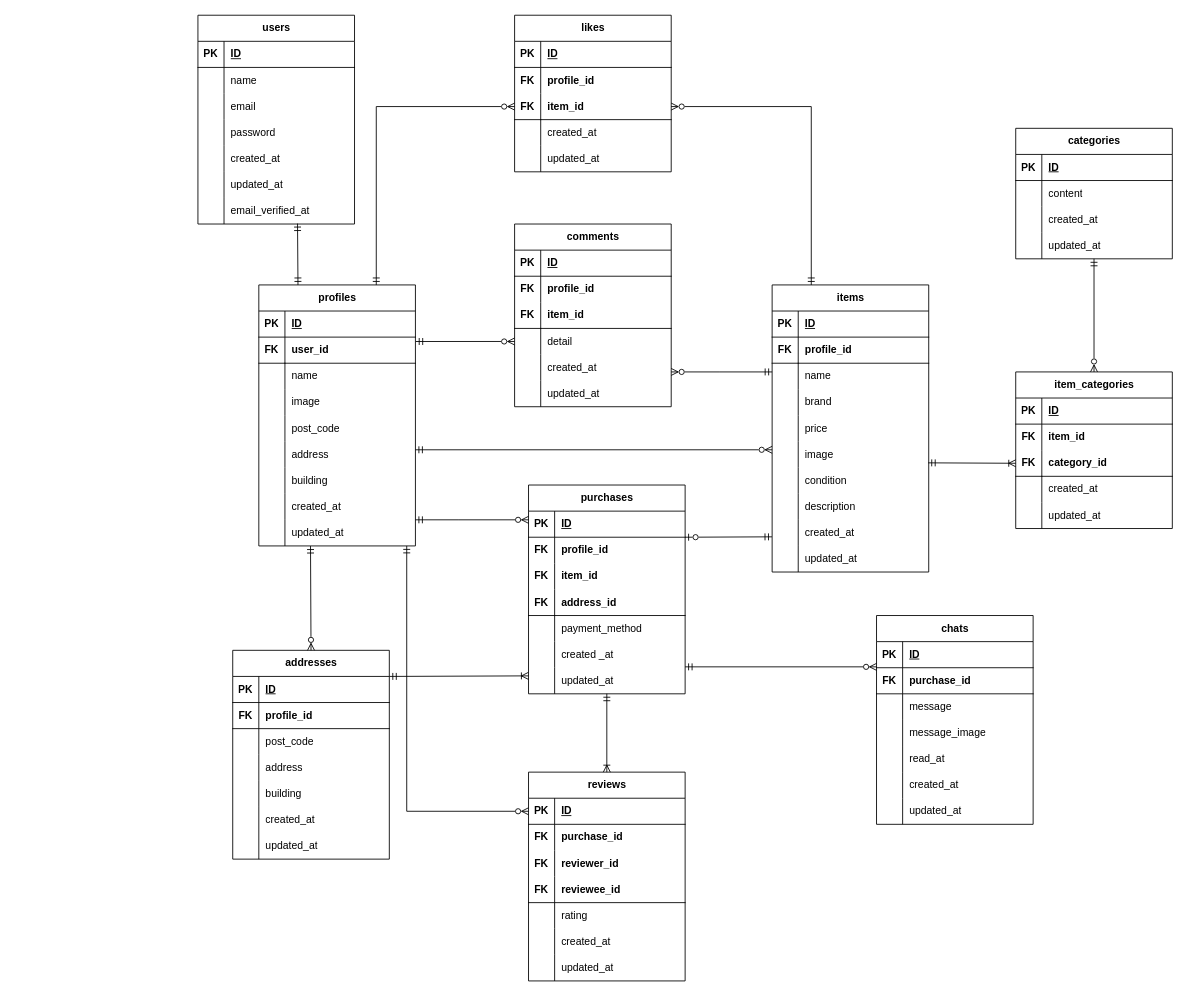
Earlier version of the draw.io diagram flea-market.dio (ri0921/flea-market). Source tidied: cells renumbered, new cells numbered last; positions are measured from the earlier drawing's top-left corner, leaving out a move shared by most shapes. Both pictures are drawn from the tidied source at 87%, with x=0, y=0 at pixel (197, 15).
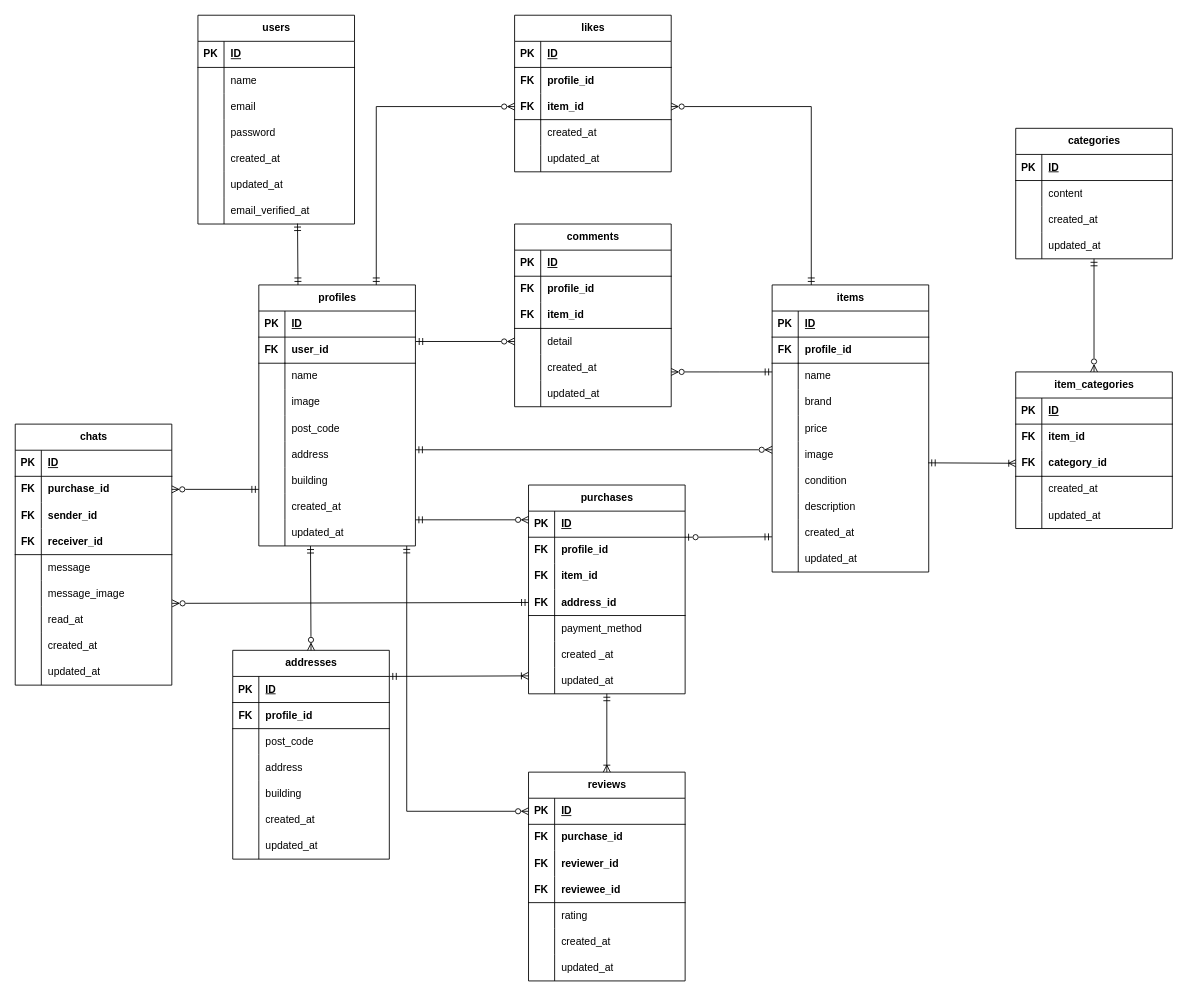
After the change.

Unchanged cells that the change refers to:
```xml
<mxCell id="107" style="shape=tableRow;horizontal=0;startSize=0;swimlaneHead=0;swimlaneBody=0;fillColor=none;points=[[0,0.5],[1,0.5]];portConstraint=eastwest;top=0;left=0;right=0;bottom=0;" parent="97" vertex="1">
  <mxGeometry y="120" width="180" height="30" as="geometry" />
</mxCell>
```

Diff of the diagram source:
```diff
@@
     <mxCell id="205" value="chats" style="shape=table;startSize=30;childLayout=tableLayout;rowLines=0;fontStyle=1;align=center;html=1;" parent="1" vertex="1">
-      <mxGeometry x="780" y="690" width="180" height="240" as="geometry" />
+      <mxGeometry x="-210" y="470" width="180" height="300" as="geometry" />
     </mxCell>
@@
-    <mxCell id="209" style="shape=tableRow;horizontal=0;startSize=0;swimlaneHead=0;swimlaneBody=0;fillColor=none;points=[[0,0.5],[1,0.5]];portConstraint=eastwest;top=0;left=0;right=0;bottom=1;fontStyle=1;" parent="205" vertex="1">
+    <mxCell id="209" style="shape=tableRow;horizontal=0;startSize=0;swimlaneHead=0;swimlaneBody=0;fillColor=none;points=[[0,0.5],[1,0.5]];portConstraint=eastwest;top=0;left=0;right=0;bottom=0;fontStyle=1;" parent="205" vertex="1">
       <mxGeometry y="60" width="180" height="30" as="geometry" />
     </mxCell>
@@
+    <mxCell id="252" style="shape=tableRow;horizontal=0;startSize=0;swimlaneHead=0;swimlaneBody=0;fillColor=none;top=0;left=0;right=0;bottom=0;fontStyle=1;" parent="205" vertex="1">
+      <mxGeometry y="90" width="180" height="30" as="geometry" />
+    </mxCell>
+    <mxCell id="253" value="FK" style="shape=partialRectangle;fillColor=none;top=0;left=0;bottom=0;right=0;overflow=hidden;whiteSpace=wrap;html=1;fontStyle=1;" parent="252" vertex="1">
+      <mxGeometry width="30" height="30" as="geometry" />
+    </mxCell>
+    <mxCell id="254" value="sender_id" style="shape=partialRectangle;fillColor=none;top=0;left=0;bottom=0;right=0;align=left;spacingLeft=6;overflow=hidden;whiteSpace=wrap;html=1;fontStyle=1;" parent="252" vertex="1">
+      <mxGeometry x="30" width="150" height="30" as="geometry" />
+    </mxCell>
+    <mxCell id="255" style="shape=tableRow;horizontal=0;startSize=0;swimlaneHead=0;swimlaneBody=0;fillColor=none;top=0;left=0;right=0;bottom=1;fontStyle=1;" parent="205" vertex="1">
+      <mxGeometry y="120" width="180" height="30" as="geometry" />
+    </mxCell>
+    <mxCell id="256" value="FK" style="shape=partialRectangle;fillColor=none;top=0;left=0;bottom=0;right=0;overflow=hidden;whiteSpace=wrap;html=1;fontStyle=1;" parent="255" vertex="1">
+      <mxGeometry width="30" height="30" as="geometry" />
+    </mxCell>
+    <mxCell id="257" value="receiver_id" style="shape=partialRectangle;fillColor=none;top=0;left=0;bottom=0;right=0;align=left;spacingLeft=6;overflow=hidden;whiteSpace=wrap;html=1;fontStyle=1;" parent="255" vertex="1">
+      <mxGeometry x="30" width="150" height="30" as="geometry" />
+    </mxCell>
     <mxCell id="212" style="shape=tableRow;horizontal=0;startSize=0;swimlaneHead=0;swimlaneBody=0;fillColor=none;top=0;left=0;right=0;bottom=0;" parent="205" vertex="1">
-      <mxGeometry y="90" width="180" height="30" as="geometry" />
+      <mxGeometry y="150" width="180" height="30" as="geometry" />
     </mxCell>
@@
     <mxCell id="215" style="shape=tableRow;horizontal=0;startSize=0;swimlaneHead=0;swimlaneBody=0;fillColor=none;points=[[0,0.5],[1,0.5]];portConstraint=eastwest;top=0;left=0;right=0;bottom=0;" parent="205" vertex="1">
-      <mxGeometry y="120" width="180" height="30" as="geometry" />
+      <mxGeometry y="180" width="180" height="30" as="geometry" />
     </mxCell>
@@
     <mxCell id="218" style="shape=tableRow;horizontal=0;startSize=0;swimlaneHead=0;swimlaneBody=0;fillColor=none;top=0;left=0;right=0;bottom=0;" parent="205" vertex="1">
-      <mxGeometry y="150" width="180" height="30" as="geometry" />
+      <mxGeometry y="210" width="180" height="30" as="geometry" />
     </mxCell>
@@
     <mxCell id="221" style="shape=tableRow;horizontal=0;startSize=0;swimlaneHead=0;swimlaneBody=0;fillColor=none;top=0;left=0;right=0;bottom=0;" parent="205" vertex="1">
-      <mxGeometry y="180" width="180" height="30" as="geometry" />
+      <mxGeometry y="240" width="180" height="30" as="geometry" />
     </mxCell>
@@
     <mxCell id="224" style="shape=tableRow;horizontal=0;startSize=0;swimlaneHead=0;swimlaneBody=0;fillColor=none;top=0;left=0;right=0;bottom=0;" parent="205" vertex="1">
-      <mxGeometry y="210" width="180" height="30" as="geometry" />
+      <mxGeometry y="270" width="180" height="30" as="geometry" />
     </mxCell>
@@
-    <mxCell id="227" style="edgeStyle=none;html=1;startArrow=ERzeroToMany;startFill=0;endArrow=ERmandOne;endFill=0;" parent="1" edge="1">
-      <mxGeometry relative="1" as="geometry">
-        <mxPoint x="780" y="749" as="sourcePoint" />
-        <mxPoint x="560" y="749" as="targetPoint" />
-      </mxGeometry>
+    <mxCell id="227" style="edgeStyle=none;html=1;startArrow=ERzeroToMany;startFill=0;endArrow=ERmandOne;endFill=0;exitX=1.002;exitY=0.867;exitDx=0;exitDy=0;exitPerimeter=0;entryX=0;entryY=0.5;entryDx=0;entryDy=0;" parent="1" edge="1" source="215" target="107">
+      <mxGeometry relative="1" as="geometry" />
     </mxCell>
@@
+    <mxCell id="258" style="edgeStyle=none;html=1;exitX=1;exitY=0.5;exitDx=0;exitDy=0;startArrow=ERzeroToMany;startFill=0;endArrow=ERmandOne;endFill=0;" parent="1" edge="1" source="209">
+      <mxGeometry relative="1" as="geometry">
+        <mxPoint x="70" y="545" as="targetPoint" />
+      </mxGeometry>
+    </mxCell>
```
